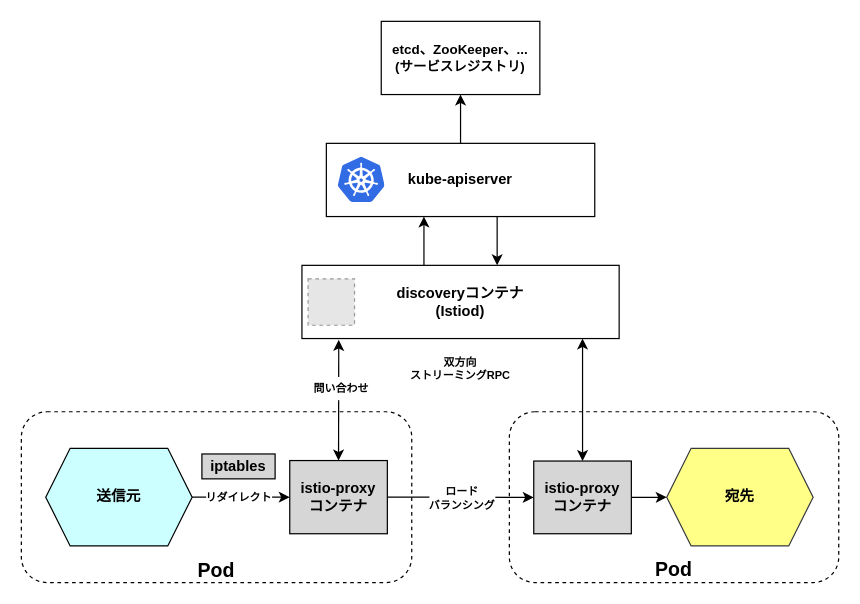
Before: page "service-discovery_istio" (6 of 12) of images/service-discovery_istio.drawio in hiroki-it/tech-notebook_old, a draw.io diagram. Source tidied: cells renumbered, new cells numbered last; positions are measured from the earlier drawing's top-left corner, leaving out a move shared by most shapes. Both pictures are drawn from the tidied source at 122%, with x=0, y=0 at pixel (21, 21). Pictures stored in the file or linked from it are replaced by grey dashed boxes.
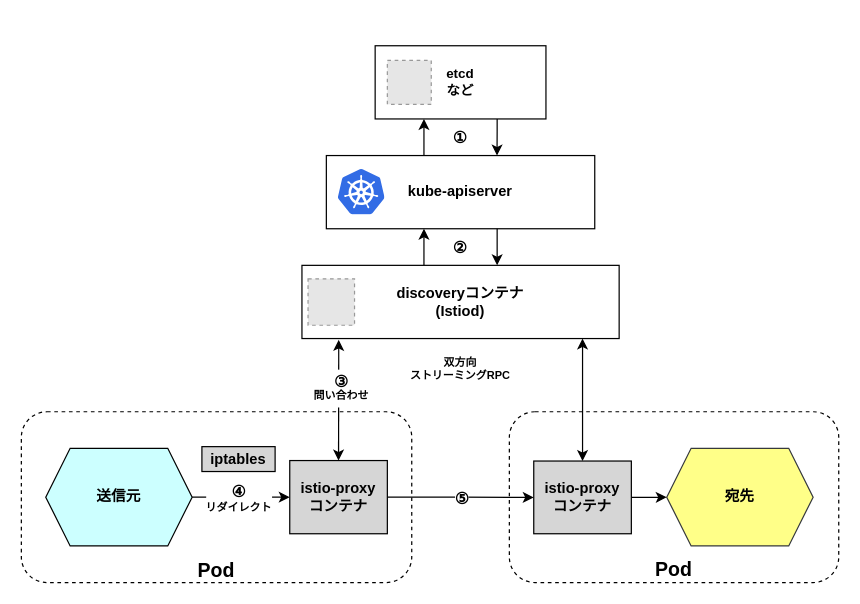
The same diagram, later.

Unchanged cells that the change refers to:
```xml
<mxCell id="4" style="edgeStyle=orthogonalEdgeStyle;rounded=0;jettySize=auto;html=1;entryX=0;entryY=0.5;entryDx=0;entryDy=0;" parent="1" edge="1" source="6">
  <mxGeometry relative="1" as="geometry">
    <mxPoint x="220" y="390" as="targetPoint" />
    <Array as="points">
      <mxPoint x="205" y="390" />
    </Array>
  </mxGeometry>
</mxCell>
<mxCell id="8" value="&lt;span style=&quot;color: rgba(0, 0, 0, 0); font-family: monospace; font-size: 0px; text-align: start; background-color: rgb(248, 249, 250);&quot;&gt;ろー&lt;/span&gt;" style="edgeStyle=orthogonalEdgeStyle;rounded=0;jettySize=auto;html=1;fontSize=17;entryX=0;entryY=0.5;entryDx=0;entryDy=0;exitX=1;exitY=0.5;exitDx=0;exitDy=0;" parent="1" edge="1" source="27" target="29">
  <mxGeometry relative="1" as="geometry" />
</mxCell>
<mxCell id="22" style="endArrow=classic;startArrow=classic;html=1;rounded=0;strokeColor=default;fontFamily=Helvetica;fontSize=12;fontColor=default;exitX=0.5;exitY=0;exitDx=0;exitDy=0;entryX=0.116;entryY=1.018;entryDx=0;entryDy=0;entryPerimeter=0;" parent="1" edge="1" source="27" target="15">
  <mxGeometry relative="1" as="geometry" />
</mxCell>
```

What changed in the source:
```diff
@@
-    <mxCell id="5" value="&lt;b&gt;リダイレクト&lt;/b&gt;" style="edgeLabel;html=1;align=center;verticalAlign=middle;fontSize=9;" parent="4" vertex="1">
+    <mxCell id="5" value="&lt;b&gt;&lt;font style=&quot;font-size: 13px;&quot;&gt;④&lt;/font&gt;&lt;br&gt;リダイレクト&lt;/b&gt;" style="edgeLabel;html=1;align=center;verticalAlign=middle;fontSize=9;" parent="4" vertex="1">
       <mxGeometry y="-1" relative="1" as="geometry">
         <mxPoint x="-3" y="-1" as="offset" />
       </mxGeometry>
     </mxCell>
@@
-    <mxCell id="9" value="&lt;b&gt;ロード&lt;br&gt;バランシング&lt;/b&gt;" style="edgeLabel;html=1;align=center;verticalAlign=middle;fontSize=9;" parent="8" vertex="1">
-      <mxGeometry relative="1" as="geometry">
-        <mxPoint x="1" as="offset" />
-      </mxGeometry>
-    </mxCell>
-    <mxCell id="10" style="edgeStyle=orthogonalEdgeStyle;rounded=0;orthogonalLoop=1;jettySize=auto;html=1;exitX=0.25;exitY=0;exitDx=0;exitDy=0;" parent="1" edge="1">
-      <mxGeometry relative="1" as="geometry">
-        <mxPoint x="330" y="200" as="sourcePoint" />
-        <mxPoint x="330" y="160" as="targetPoint" />
-        <Array as="points">
-          <mxPoint x="330" y="180" />
-          <mxPoint x="330" y="180" />
-        </Array>
-      </mxGeometry>
-    </mxCell>
-    <mxCell id="11" style="edgeStyle=orthogonalEdgeStyle;rounded=0;orthogonalLoop=1;jettySize=auto;html=1;exitX=0.25;exitY=0;exitDx=0;exitDy=0;" parent="1" edge="1">
-      <mxGeometry relative="1" as="geometry">
-        <mxPoint x="390" y="160" as="sourcePoint" />
-        <mxPoint x="390" y="200" as="targetPoint" />
-        <Array as="points">
-          <mxPoint x="390" y="180" />
-          <mxPoint x="390" y="180" />
-        </Array>
-      </mxGeometry>
-    </mxCell>
+    <mxCell id="31" value="&lt;font style=&quot;font-size: 13px;&quot;&gt;⑤&lt;/font&gt;" style="edgeLabel;html=1;align=center;verticalAlign=middle;fontSize=9;fontStyle=1;" parent="8" vertex="1">
+      <mxGeometry x="-0.37" y="-1" relative="1" as="geometry">
+        <mxPoint x="22" y="-1" as="offset" />
+      </mxGeometry>
+    </mxCell>
@@
     <mxCell id="17" style="group;" parent="1" vertex="1">
-      <mxGeometry x="250" y="100" width="220" height="60" as="geometry" />
+      <mxGeometry x="250" y="110" width="220" height="60" as="geometry" />
     </mxCell>
@@
-    <mxCell id="20" style="edgeStyle=orthogonalEdgeStyle;rounded=0;jettySize=auto;html=1;entryX=0.5;entryY=1;entryDx=0;entryDy=0;" parent="1" edge="1" target="21">
-      <mxGeometry relative="1" as="geometry">
-        <mxPoint x="360" y="100" as="sourcePoint" />
-        <Array as="points">
-          <mxPoint x="360" y="80" />
-          <mxPoint x="360" y="80" />
-        </Array>
-      </mxGeometry>
-    </mxCell>
-    <mxCell id="21" value="&lt;b style=&quot;font-size: 11px;&quot;&gt;etcd、ZooKeeper、...&lt;br style=&quot;font-size: 11px;&quot;&gt;(サービスレジストリ)&lt;/b&gt;" style="rounded=0;whiteSpace=wrap;html=1;fontSize=11;" parent="1" vertex="1">
-      <mxGeometry x="295" width="130" height="60" as="geometry" />
-    </mxCell>
@@
-    <mxCell id="24" value="&lt;p style=&quot;line-height: 0.1;&quot;&gt;問い合わせ&lt;/p&gt;" style="edgeLabel;html=1;align=center;verticalAlign=middle;fontSize=9;fontStyle=1;" parent="22" vertex="1">
+    <mxCell id="24" value="&lt;p style=&quot;line-height: 0.1;&quot;&gt;&lt;font style=&quot;font-size: 13px;&quot;&gt;③&lt;/font&gt;&lt;/p&gt;&lt;p style=&quot;line-height: 0.1;&quot;&gt;問い合わせ&lt;/p&gt;" style="edgeLabel;html=1;align=center;verticalAlign=middle;fontSize=9;fontStyle=1;" parent="22" vertex="1">
       <mxGeometry x="0.06" y="-1" relative="1" as="geometry">
         <mxPoint y="-8" as="offset" />
       </mxGeometry>
     </mxCell>
@@
     <mxCell id="30" value="&lt;b&gt;iptables&lt;br&gt;&lt;/b&gt;" style="rounded=0;whiteSpace=wrap;html=1;fillColor=#D6D6D6;" parent="1" vertex="1">
-      <mxGeometry x="148" y="354.6" width="60" height="20.4" as="geometry" />
+      <mxGeometry x="148" y="348.6" width="60" height="20.4" as="geometry" />
     </mxCell>
+    <mxCell id="32" style="edgeStyle=orthogonalEdgeStyle;rounded=0;orthogonalLoop=1;jettySize=auto;html=1;" parent="1" edge="1">
+      <mxGeometry relative="1" as="geometry">
+        <mxPoint x="390" y="80" as="sourcePoint" />
+        <mxPoint x="389.9" y="110" as="targetPoint" />
+        <Array as="points">
+          <mxPoint x="389.9" y="90" />
+          <mxPoint x="389.9" y="90" />
+        </Array>
+      </mxGeometry>
+    </mxCell>
+    <mxCell id="10" style="edgeStyle=orthogonalEdgeStyle;rounded=0;orthogonalLoop=1;jettySize=auto;html=1;exitX=0.25;exitY=0;exitDx=0;exitDy=0;" parent="1" edge="1">
+      <mxGeometry relative="1" as="geometry">
+        <mxPoint x="330" y="200" as="sourcePoint" />
+        <mxPoint x="330" y="170" as="targetPoint" />
+        <Array as="points">
+          <mxPoint x="330" y="180" />
+          <mxPoint x="330" y="180" />
+        </Array>
+      </mxGeometry>
+    </mxCell>
+    <mxCell id="11" style="edgeStyle=orthogonalEdgeStyle;rounded=0;orthogonalLoop=1;jettySize=auto;html=1;" parent="1" edge="1">
+      <mxGeometry relative="1" as="geometry">
+        <mxPoint x="390" y="170" as="sourcePoint" />
+        <mxPoint x="390" y="200" as="targetPoint" />
+        <Array as="points">
+          <mxPoint x="390" y="180" />
+          <mxPoint x="390" y="180" />
+        </Array>
+      </mxGeometry>
+    </mxCell>
+    <mxCell id="33" style="edgeStyle=orthogonalEdgeStyle;rounded=0;orthogonalLoop=1;jettySize=auto;html=1;exitX=0.25;exitY=0;exitDx=0;exitDy=0;" parent="1" edge="1">
+      <mxGeometry relative="1" as="geometry">
+        <mxPoint x="330" y="110" as="sourcePoint" />
+        <mxPoint x="330" y="80" as="targetPoint" />
+        <Array as="points">
+          <mxPoint x="330" y="90" />
+          <mxPoint x="330" y="90" />
+        </Array>
+      </mxGeometry>
+    </mxCell>
+    <mxCell id="34" value="&lt;b style=&quot;font-size: 13px;&quot;&gt;①&lt;/b&gt;" style="text;html=1;strokeColor=none;fillColor=none;align=center;verticalAlign=middle;whiteSpace=wrap;rounded=0;fontSize=13;" parent="1" vertex="1">
+      <mxGeometry x="350" y="80" width="20" height="30" as="geometry" />
+    </mxCell>
+    <mxCell id="35" value="&lt;font style=&quot;font-size: 13px;&quot;&gt;②&lt;/font&gt;" style="text;html=1;strokeColor=none;fillColor=none;align=center;verticalAlign=middle;whiteSpace=wrap;rounded=0;fontStyle=1;fontSize=13;" parent="1" vertex="1">
+      <mxGeometry x="350" y="170" width="20" height="30" as="geometry" />
+    </mxCell>
+    <mxCell id="36" style="group;" parent="1" vertex="1">
+      <mxGeometry x="290" y="20" width="140" height="60" as="geometry" />
+    </mxCell>
+    <mxCell id="21" value="&lt;b style=&quot;font-size: 11px;&quot;&gt;etcd&lt;br&gt;など&lt;br&gt;&lt;/b&gt;" style="rounded=0;whiteSpace=wrap;html=1;fontSize=11;" parent="36" vertex="1">
+      <mxGeometry width="140" height="60" as="geometry" />
+    </mxCell>
+    <mxCell id="37" style="fillColor=#E6E6E6;strokeColor=#999999;dashed=1;" parent="36" vertex="1">
+      <mxGeometry x="10" y="12" width="36" height="36" as="geometry" />
+    </mxCell>
```
